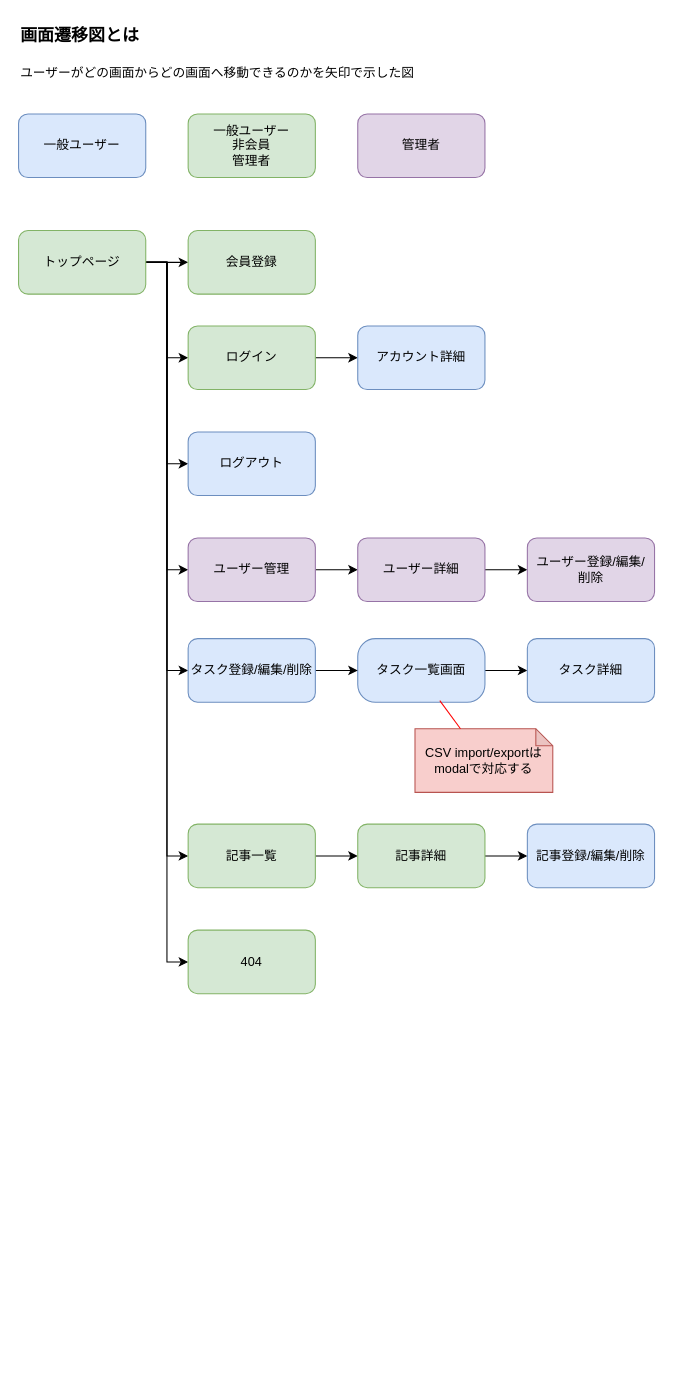
The draw.io diagram docs/画面遷移図.drawio in nomin-sasabuchi/express-next-rest-api, before the edit. Source tidied: cells renumbered, new cells numbered last; positions are measured from the earlier drawing's top-left corner, leaving out a move shared by most shapes. Both pictures are drawn from the tidied source at 106%, with x=0, y=0 at pixel (18, 18).
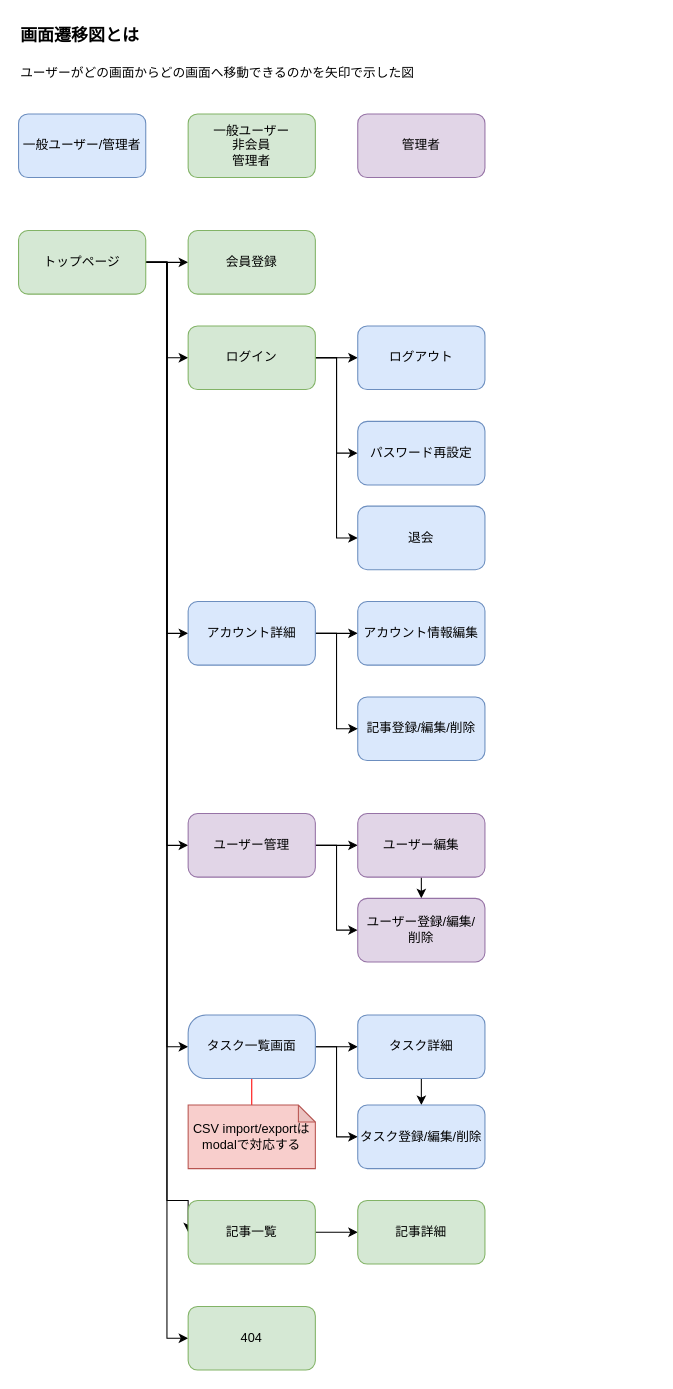
After the change.

Commit message (it also covers changes not shown here):
画面設計図作成

The change refers to these unchanged cells:
```xml
<mxCell id="9" value="トップページ" style="rounded=1;whiteSpace=wrap;html=1;fillColor=#d5e8d4;strokeColor=#82b366;" parent="1" vertex="1">
  <mxGeometry y="200" width="120" height="60" as="geometry" />
</mxCell>
<mxCell id="19" value="ログイン" style="rounded=1;whiteSpace=wrap;html=1;fillColor=#d5e8d4;strokeColor=#82b366;" parent="1" vertex="1">
  <mxGeometry x="160" y="290" width="120" height="60" as="geometry" />
</mxCell>
```

What changed in the source:
```diff
@@
-    <mxCell id="6" style="edgeStyle=orthogonalEdgeStyle;shape=connector;curved=0;rounded=0;html=1;entryX=0;entryY=0.5;entryDx=0;entryDy=0;strokeColor=default;align=center;verticalAlign=middle;fontFamily=Helvetica;fontSize=11;fontColor=default;labelBackgroundColor=default;endArrow=classic;endSize=6;" parent="1" edge="1" source="9" target="22">
-      <mxGeometry relative="1" as="geometry" />
-    </mxCell>
     <mxCell id="7" style="edgeStyle=orthogonalEdgeStyle;shape=connector;curved=0;rounded=0;html=1;entryX=0;entryY=0.5;entryDx=0;entryDy=0;strokeColor=default;align=center;verticalAlign=middle;fontFamily=Helvetica;fontSize=11;fontColor=default;labelBackgroundColor=default;endArrow=classic;endSize=6;" parent="1" edge="1" source="9" target="14">
       <mxGeometry relative="1" as="geometry">
         <Array as="points">
           <mxPoint x="140" y="230" />
-          <mxPoint x="140" y="790" />
+          <mxPoint x="140" y="1115" />
         </Array>
       </mxGeometry>
     </mxCell>
-    <mxCell id="8" style="edgeStyle=orthogonalEdgeStyle;shape=connector;curved=0;rounded=0;html=1;entryX=0;entryY=0.5;entryDx=0;entryDy=0;strokeColor=default;align=center;verticalAlign=middle;fontFamily=Helvetica;fontSize=11;fontColor=default;labelBackgroundColor=default;endArrow=classic;endSize=6;" parent="1" edge="1" source="9" target="30">
-      <mxGeometry relative="1" as="geometry" />
-    </mxCell>
+    <mxCell id="37" style="edgeStyle=orthogonalEdgeStyle;html=1;entryX=0;entryY=0.5;entryDx=0;entryDy=0;rounded=0;curved=0;" parent="1" edge="1" source="9" target="11">
+      <mxGeometry relative="1" as="geometry" />
+    </mxCell>
+    <mxCell id="38" style="edgeStyle=orthogonalEdgeStyle;shape=connector;curved=0;rounded=0;html=1;entryX=0;entryY=0.5;entryDx=0;entryDy=0;strokeColor=default;align=center;verticalAlign=middle;fontFamily=Helvetica;fontSize=11;fontColor=default;labelBackgroundColor=default;endArrow=classic;" parent="1" edge="1" source="9" target="28">
+      <mxGeometry relative="1" as="geometry" />
+    </mxCell>
+    <mxCell id="39" style="edgeStyle=orthogonalEdgeStyle;html=1;entryX=0;entryY=0.5;entryDx=0;entryDy=0;strokeColor=none;rounded=0;" parent="1" edge="1" source="9" target="28">
+      <mxGeometry relative="1" as="geometry" />
+    </mxCell>
@@
+    <mxCell id="40" style="edgeStyle=none;html=1;strokeColor=#FF0000;endArrow=none;endFill=0;" parent="1" edge="1" source="11" target="32">
+      <mxGeometry relative="1" as="geometry" />
+    </mxCell>
+    <mxCell id="41" style="edgeStyle=orthogonalEdgeStyle;html=1;entryX=0;entryY=0.5;entryDx=0;entryDy=0;rounded=0;curved=0;" parent="1" edge="1" source="11" target="22">
+      <mxGeometry relative="1" as="geometry" />
+    </mxCell>
     <mxCell id="11" value="タスク一覧画面" style="rounded=1;whiteSpace=wrap;html=1;fillColor=#dae8fc;strokeColor=#6c8ebf;arcSize=28;" parent="1" vertex="1">
-      <mxGeometry x="320" y="585" width="120" height="60" as="geometry" />
+      <mxGeometry x="160" y="940" width="120" height="60" as="geometry" />
     </mxCell>
+    <mxCell id="42" style="edgeStyle=none;html=1;" parent="1" edge="1" source="12" target="22">
+      <mxGeometry relative="1" as="geometry" />
+    </mxCell>
     <mxCell id="12" value="タスク詳細" style="rounded=1;whiteSpace=wrap;html=1;fillColor=#dae8fc;strokeColor=#6c8ebf;" parent="1" vertex="1">
-      <mxGeometry x="480" y="585" width="120" height="60" as="geometry" />
+      <mxGeometry x="320" y="940" width="120" height="60" as="geometry" />
     </mxCell>
@@
     <mxCell id="14" value="記事一覧" style="rounded=1;whiteSpace=wrap;html=1;fillColor=#d5e8d4;strokeColor=#82b366;" parent="1" vertex="1">
-      <mxGeometry x="160" y="760" width="120" height="60" as="geometry" />
+      <mxGeometry x="160" y="1115" width="120" height="60" as="geometry" />
     </mxCell>
@@
-    <mxCell id="16" style="edgeStyle=orthogonalEdgeStyle;shape=connector;curved=0;rounded=0;html=1;strokeColor=default;align=center;verticalAlign=middle;fontFamily=Helvetica;fontSize=11;fontColor=default;labelBackgroundColor=default;endArrow=classic;endSize=6;" parent="1" edge="1" source="17" target="23">
-      <mxGeometry relative="1" as="geometry" />
-    </mxCell>
     <mxCell id="17" value="記事詳細" style="rounded=1;whiteSpace=wrap;html=1;fillColor=#d5e8d4;strokeColor=#82b366;" parent="1" vertex="1">
-      <mxGeometry x="320" y="760" width="120" height="60" as="geometry" />
+      <mxGeometry x="320" y="1115" width="120" height="60" as="geometry" />
     </mxCell>
-    <mxCell id="18" style="edgeStyle=orthogonalEdgeStyle;shape=connector;curved=0;rounded=0;html=1;strokeColor=default;align=center;verticalAlign=middle;fontFamily=Helvetica;fontSize=11;fontColor=default;labelBackgroundColor=default;endArrow=classic;endSize=6;" parent="1" edge="1" source="19" target="28">
-      <mxGeometry relative="1" as="geometry" />
-    </mxCell>
+    <mxCell id="43" style="edgeStyle=orthogonalEdgeStyle;shape=connector;curved=0;rounded=0;html=1;strokeColor=default;align=center;verticalAlign=middle;fontFamily=Helvetica;fontSize=11;fontColor=default;labelBackgroundColor=default;endArrow=classic;" parent="1" edge="1" source="19" target="30">
+      <mxGeometry relative="1" as="geometry" />
+    </mxCell>
+    <mxCell id="44" style="edgeStyle=orthogonalEdgeStyle;shape=connector;rounded=0;html=1;entryX=0;entryY=0.5;entryDx=0;entryDy=0;align=center;verticalAlign=middle;fontFamily=Helvetica;fontSize=11;fontColor=default;labelBackgroundColor=default;endArrow=classic;" parent="1" edge="1" source="19" target="50">
+      <mxGeometry relative="1" as="geometry" />
+    </mxCell>
+    <mxCell id="45" style="edgeStyle=orthogonalEdgeStyle;html=1;entryX=0;entryY=0.5;entryDx=0;entryDy=0;rounded=0;curved=0;" parent="1" edge="1" source="19" target="51">
+      <mxGeometry relative="1" as="geometry" />
+    </mxCell>
@@
-    <mxCell id="21" style="edgeStyle=orthogonalEdgeStyle;shape=connector;curved=0;rounded=0;html=1;strokeColor=default;align=center;verticalAlign=middle;fontFamily=Helvetica;fontSize=11;fontColor=default;labelBackgroundColor=default;endArrow=classic;endSize=6;" parent="1" edge="1" source="22" target="11">
-      <mxGeometry relative="1" as="geometry" />
-    </mxCell>
     <mxCell id="22" value="タスク登録/編集/削除" style="rounded=1;whiteSpace=wrap;html=1;fillColor=#dae8fc;strokeColor=#6c8ebf;" parent="1" vertex="1">
-      <mxGeometry x="160" y="585" width="120" height="60" as="geometry" />
+      <mxGeometry x="320" y="1025" width="120" height="60" as="geometry" />
     </mxCell>
     <mxCell id="23" value="記事登録/編集/削除" style="rounded=1;whiteSpace=wrap;html=1;fillColor=#dae8fc;strokeColor=#6c8ebf;" parent="1" vertex="1">
-      <mxGeometry x="480" y="760" width="120" height="60" as="geometry" />
+      <mxGeometry x="320" y="640" width="120" height="60" as="geometry" />
     </mxCell>
@@
+    <mxCell id="46" style="edgeStyle=orthogonalEdgeStyle;shape=connector;curved=0;rounded=0;html=1;entryX=0;entryY=0.5;entryDx=0;entryDy=0;strokeColor=default;align=center;verticalAlign=middle;fontFamily=Helvetica;fontSize=11;fontColor=default;labelBackgroundColor=default;endArrow=classic;" parent="1" edge="1" source="25" target="29">
+      <mxGeometry relative="1" as="geometry" />
+    </mxCell>
     <mxCell id="25" value="ユーザー管理" style="rounded=1;whiteSpace=wrap;html=1;fillColor=#e1d5e7;strokeColor=#9673a6;" parent="1" vertex="1">
-      <mxGeometry x="160" y="490" width="120" height="60" as="geometry" />
+      <mxGeometry x="160" y="750" width="120" height="60" as="geometry" />
     </mxCell>
@@
-    <mxCell id="27" value="ユーザー詳細" style="rounded=1;whiteSpace=wrap;html=1;fillColor=#e1d5e7;strokeColor=#9673a6;" parent="1" vertex="1">
-      <mxGeometry x="320" y="490" width="120" height="60" as="geometry" />
+    <mxCell id="27" value="ユーザー編集" style="rounded=1;whiteSpace=wrap;html=1;fillColor=#e1d5e7;strokeColor=#9673a6;" parent="1" vertex="1">
+      <mxGeometry x="320" y="750" width="120" height="60" as="geometry" />
     </mxCell>
+    <mxCell id="47" style="edgeStyle=orthogonalEdgeStyle;shape=connector;curved=0;rounded=0;html=1;strokeColor=default;align=center;verticalAlign=middle;fontFamily=Helvetica;fontSize=11;fontColor=default;labelBackgroundColor=default;endArrow=classic;" parent="1" edge="1" source="28" target="49">
+      <mxGeometry relative="1" as="geometry" />
+    </mxCell>
+    <mxCell id="48" style="edgeStyle=orthogonalEdgeStyle;html=1;entryX=0;entryY=0.5;entryDx=0;entryDy=0;rounded=0;curved=0;" parent="1" edge="1" source="28" target="23">
+      <mxGeometry relative="1" as="geometry" />
+    </mxCell>
     <mxCell id="28" value="アカウント詳細" style="rounded=1;whiteSpace=wrap;html=1;fillColor=#dae8fc;strokeColor=#6c8ebf;" parent="1" vertex="1">
-      <mxGeometry x="320" y="290" width="120" height="60" as="geometry" />
+      <mxGeometry x="160" y="550" width="120" height="60" as="geometry" />
     </mxCell>
     <mxCell id="29" value="ユーザー登録/編集/&lt;br&gt;削除" style="rounded=1;whiteSpace=wrap;html=1;fillColor=#e1d5e7;strokeColor=#9673a6;" parent="1" vertex="1">
-      <mxGeometry x="480" y="490" width="120" height="60" as="geometry" />
+      <mxGeometry x="320" y="830" width="120" height="60" as="geometry" />
     </mxCell>
     <mxCell id="30" value="ログアウト" style="rounded=1;whiteSpace=wrap;html=1;fillColor=#dae8fc;strokeColor=#6c8ebf;" parent="1" vertex="1">
-      <mxGeometry x="160" y="390" width="120" height="60" as="geometry" />
+      <mxGeometry x="320" y="290" width="120" height="60" as="geometry" />
     </mxCell>
     <mxCell id="31" value="404" style="rounded=1;whiteSpace=wrap;html=1;fillColor=#d5e8d4;strokeColor=#82b366;" parent="1" vertex="1">
-      <mxGeometry x="160" y="860" width="120" height="60" as="geometry" />
+      <mxGeometry x="160" y="1215" width="120" height="60" as="geometry" />
     </mxCell>
     <mxCell id="32" value="CSV import/exportは&lt;br&gt;modalで対応する" style="shape=note;whiteSpace=wrap;html=1;backgroundOutline=1;darkOpacity=0.05;size=16;fillColor=#f8cecc;strokeColor=#b85450;" parent="1" vertex="1">
-      <mxGeometry x="374" y="670" width="130" height="60" as="geometry" />
+      <mxGeometry x="160" y="1025" width="120" height="60" as="geometry" />
     </mxCell>
-    <mxCell id="33" style="edgeStyle=none;html=1;entryX=0.645;entryY=0.975;entryDx=0;entryDy=0;endArrow=none;endFill=0;strokeColor=#FF0000;entryPerimeter=0;" parent="1" edge="1" source="32" target="11">
-      <mxGeometry relative="1" as="geometry" />
-    </mxCell>
-    <mxCell id="34" value="一般ユーザー" style="rounded=1;whiteSpace=wrap;html=1;fillColor=#dae8fc;strokeColor=#6c8ebf;" parent="1" vertex="1">
+    <mxCell id="34" value="一般ユーザー/管理者" style="rounded=1;whiteSpace=wrap;html=1;fillColor=#dae8fc;strokeColor=#6c8ebf;" parent="1" vertex="1">
       <mxGeometry y="90" width="120" height="60" as="geometry" />
     </mxCell>
@@
+    <mxCell id="49" value="アカウント情報編集" style="rounded=1;whiteSpace=wrap;html=1;fillColor=#dae8fc;strokeColor=#6c8ebf;" parent="1" vertex="1">
+      <mxGeometry x="320" y="550" width="120" height="60" as="geometry" />
+    </mxCell>
+    <mxCell id="50" value="パスワード再設定" style="rounded=1;whiteSpace=wrap;html=1;fillColor=#dae8fc;strokeColor=#6c8ebf;" parent="1" vertex="1">
+      <mxGeometry x="320" y="380" width="120" height="60" as="geometry" />
+    </mxCell>
+    <mxCell id="51" value="退会" style="rounded=1;whiteSpace=wrap;html=1;fillColor=#dae8fc;strokeColor=#6c8ebf;" parent="1" vertex="1">
+      <mxGeometry x="320" y="460" width="120" height="60" as="geometry" />
+    </mxCell>
```
